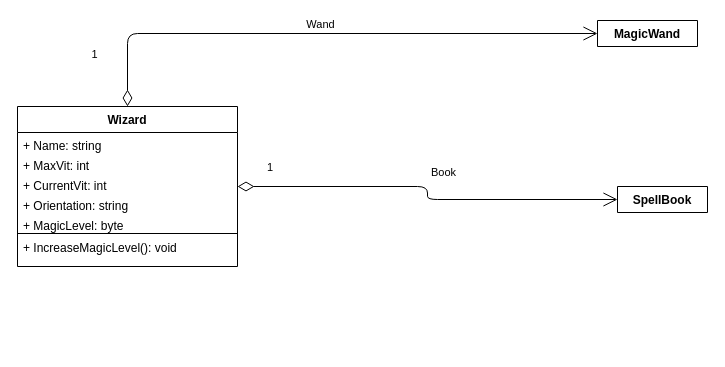
This is Assets/UML-diagrams/Wizard.drawio from ProgramacionII-Equipo3/PII_RoleplayGame_1_Start, a draw.io file, before an edit. Source tidied: cells renumbered, new cells numbered last; positions are measured from the earlier drawing's top-left corner, leaving out a move shared by most shapes. Both pictures are drawn from the tidied source at 100%, with x=0, y=0 at pixel (17, 20).
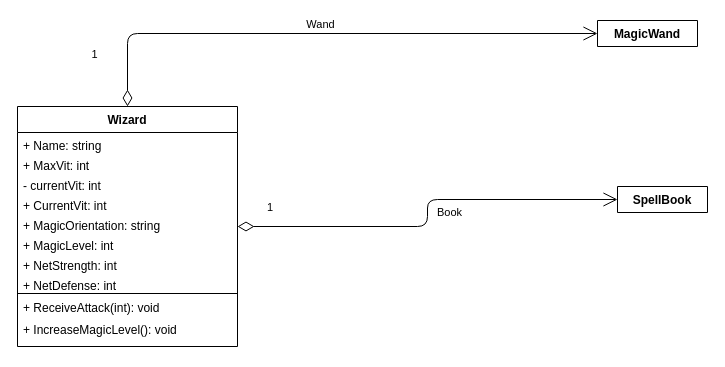
After the change.

Change to the diagram source:
```diff
@@
     <mxCell id="2" value="Wizard" style="swimlane;fontStyle=1;align=center;verticalAlign=top;horizontal=1;startSize=26;" parent="1" vertex="1">
-      <mxGeometry y="86" width="220" height="160" as="geometry" />
+      <mxGeometry y="86" width="220" height="240" as="geometry" />
     </mxCell>
@@
-    <mxCell id="5" value="+ CurrentVit: int" style="text;strokeColor=none;fillColor=none;align=left;verticalAlign=top;spacingLeft=4;spacingRight=4;overflow=hidden;" parent="2" vertex="1">
+    <mxCell id="5" value="- currentVit: int" style="text;strokeColor=none;fillColor=none;align=left;verticalAlign=top;spacingLeft=4;spacingRight=4;overflow=hidden;" parent="2" vertex="1">
       <mxGeometry y="66" width="220" height="20" as="geometry" />
     </mxCell>
+    <mxCell id="17" value="+ CurrentVit: int" style="text;strokeColor=none;fillColor=none;align=left;verticalAlign=top;spacingLeft=4;spacingRight=4;overflow=hidden;" parent="2" vertex="1">
+      <mxGeometry y="86" width="220" height="20" as="geometry" />
+    </mxCell>
-    <mxCell id="6" value="+ Orientation: string" style="text;strokeColor=none;fillColor=none;align=left;verticalAlign=top;spacingLeft=4;spacingRight=4;overflow=hidden;" parent="2" vertex="1">
-      <mxGeometry y="86" width="220" height="20" as="geometry" />
+    <mxCell id="6" value="+ MagicOrientation: string" style="text;strokeColor=none;fillColor=none;align=left;verticalAlign=top;spacingLeft=4;spacingRight=4;overflow=hidden;" parent="2" vertex="1">
+      <mxGeometry y="106" width="220" height="20" as="geometry" />
     </mxCell>
-    <mxCell id="7" value="+ MagicLevel: byte" style="text;strokeColor=none;fillColor=none;align=left;verticalAlign=top;spacingLeft=4;spacingRight=4;overflow=hidden;" parent="2" vertex="1">
-      <mxGeometry y="106" width="220" height="20" as="geometry" />
+    <mxCell id="7" value="+ MagicLevel: int" style="text;strokeColor=none;fillColor=none;align=left;verticalAlign=top;spacingLeft=4;spacingRight=4;overflow=hidden;" parent="2" vertex="1">
+      <mxGeometry y="126" width="220" height="20" as="geometry" />
     </mxCell>
+    <mxCell id="18" value="+ NetStrength: int" style="text;strokeColor=none;fillColor=none;align=left;verticalAlign=top;spacingLeft=4;spacingRight=4;overflow=hidden;" parent="2" vertex="1">
+      <mxGeometry y="146" width="220" height="20" as="geometry" />
+    </mxCell>
+    <mxCell id="19" value="+ NetDefense: int" style="text;strokeColor=none;fillColor=none;align=left;verticalAlign=top;spacingLeft=4;spacingRight=4;overflow=hidden;" parent="2" vertex="1">
+      <mxGeometry y="166" width="220" height="20" as="geometry" />
+    </mxCell>
     <mxCell id="8" style="line;strokeWidth=1;fillColor=none;align=left;verticalAlign=middle;spacingTop=-1;spacingLeft=3;spacingRight=3;labelPosition=right;" parent="2" vertex="1">
-      <mxGeometry y="126" width="220" height="2" as="geometry" />
+      <mxGeometry y="186" width="220" height="2" as="geometry" />
     </mxCell>
+    <mxCell id="20" value="+ ReceiveAttack(int): void" style="text;strokeColor=none;fillColor=none;align=left;verticalAlign=top;spacingLeft=4;spacingRight=4;overflow=hidden;" parent="2" vertex="1">
+      <mxGeometry y="188" width="220" height="22" as="geometry" />
+    </mxCell>
     <mxCell id="9" value="+ IncreaseMagicLevel(): void" style="text;strokeColor=none;fillColor=none;align=left;verticalAlign=top;spacingLeft=4;spacingRight=4;overflow=hidden;" parent="2" vertex="1">
-      <mxGeometry y="128" width="220" height="32" as="geometry" />
+      <mxGeometry y="210" width="220" height="30" as="geometry" />
     </mxCell>
```
